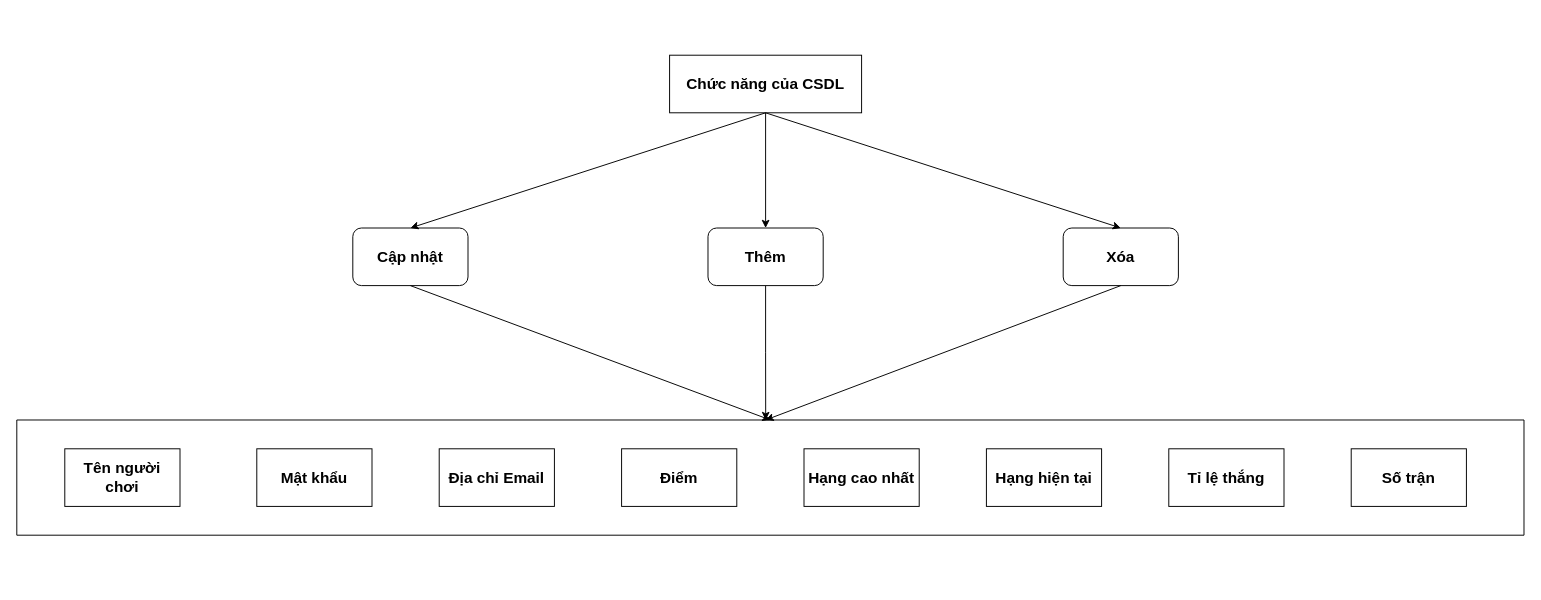
Earlier version of the draw.io diagram page "SQL" (4 of 4) of Đồ án/Draw.io/Group 9 - Chess Game.drawio (shiroizdabezt/Group09-ltmcb). Source tidied: cells renumbered, new cells numbered last; positions are measured from the earlier drawing's top-left corner, leaving out a move shared by most shapes. Both pictures are drawn from the tidied source at 96%, with x=0, y=0 at pixel (16, 55).
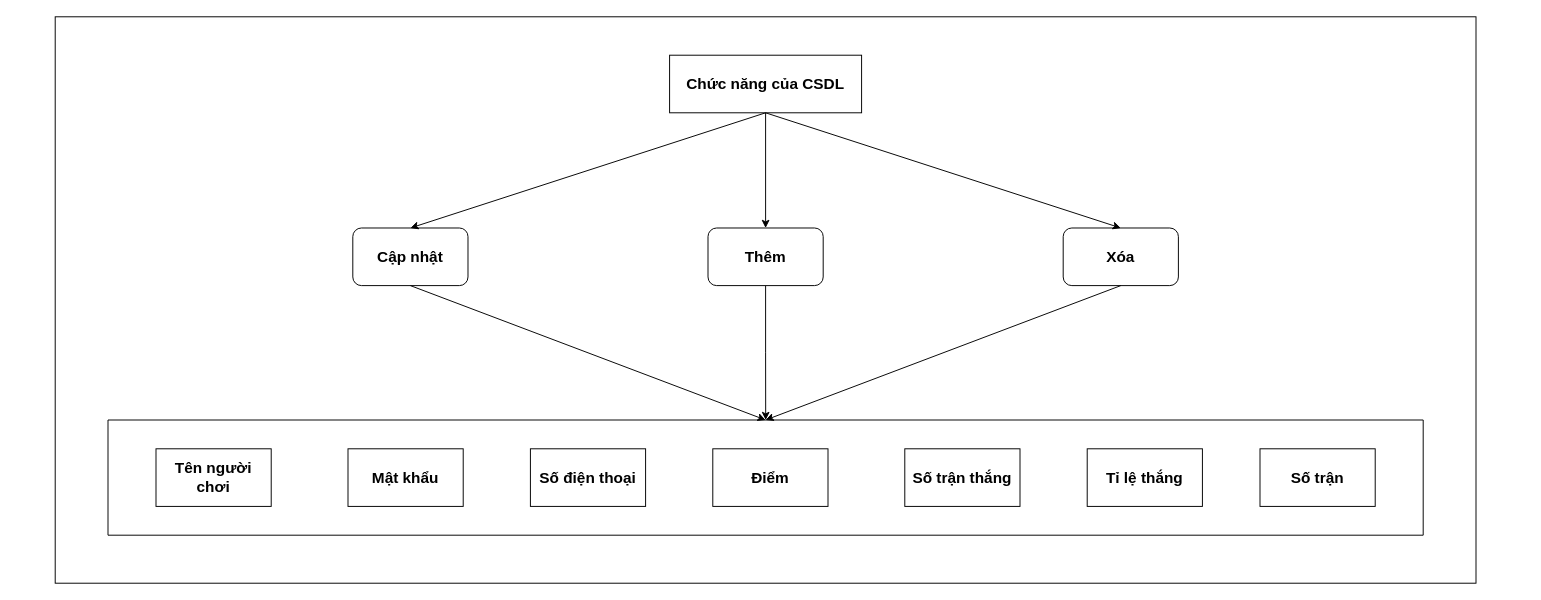
After the change.

The edit, as a diff of the source:
```diff
@@
+    <mxCell id="21" style="rounded=0;whiteSpace=wrap;html=1;" parent="1" vertex="1">
+      <mxGeometry x="40" y="-40" width="1480" height="590" as="geometry" />
+    </mxCell>
@@
     <mxCell id="8" style="swimlane;startSize=0;" parent="1" vertex="1">
-      <mxGeometry y="380" width="1570" height="120" as="geometry" />
+      <mxGeometry x="95" y="380" width="1370" height="120" as="geometry" />
     </mxCell>
@@
-    <mxCell id="11" value="Địa chỉ Email" style="rounded=0;whiteSpace=wrap;html=1;labelBackgroundColor=default;fontSize=16;fontStyle=1;" parent="8" vertex="1">
+    <mxCell id="11" value="Số điện thoại" style="rounded=0;whiteSpace=wrap;html=1;labelBackgroundColor=default;fontSize=16;fontStyle=1;" parent="8" vertex="1">
       <mxGeometry x="440" y="30" width="120" height="60" as="geometry" />
     </mxCell>
@@
-    <mxCell id="13" value="Hạng cao nhất" style="rounded=0;whiteSpace=wrap;html=1;labelBackgroundColor=default;fontSize=16;fontStyle=1;" parent="8" vertex="1">
-      <mxGeometry x="820" y="30" width="120" height="60" as="geometry" />
-    </mxCell>
-    <mxCell id="14" value="Hạng hiện tại" style="rounded=0;whiteSpace=wrap;html=1;labelBackgroundColor=default;fontStyle=1;fontSize=16;" parent="8" vertex="1">
-      <mxGeometry x="1010" y="30" width="120" height="60" as="geometry" />
+    <mxCell id="14" value="Số trận thắng" style="rounded=0;whiteSpace=wrap;html=1;labelBackgroundColor=default;fontStyle=1;fontSize=16;" parent="8" vertex="1">
+      <mxGeometry x="830" y="30" width="120" height="60" as="geometry" />
     </mxCell>
     <mxCell id="15" value="Tỉ lệ thắng" style="rounded=0;whiteSpace=wrap;html=1;labelBackgroundColor=default;fontSize=16;fontStyle=1;" parent="8" vertex="1">
-      <mxGeometry x="1200" y="30" width="120" height="60" as="geometry" />
+      <mxGeometry x="1020" y="30" width="120" height="60" as="geometry" />
     </mxCell>
     <mxCell id="16" value="Số trận" style="rounded=0;whiteSpace=wrap;html=1;labelBackgroundColor=default;fontSize=16;fontStyle=1;" parent="8" vertex="1">
-      <mxGeometry x="1390" y="30" width="120" height="60" as="geometry" />
+      <mxGeometry x="1200" y="30" width="120" height="60" as="geometry" />
     </mxCell>
```
